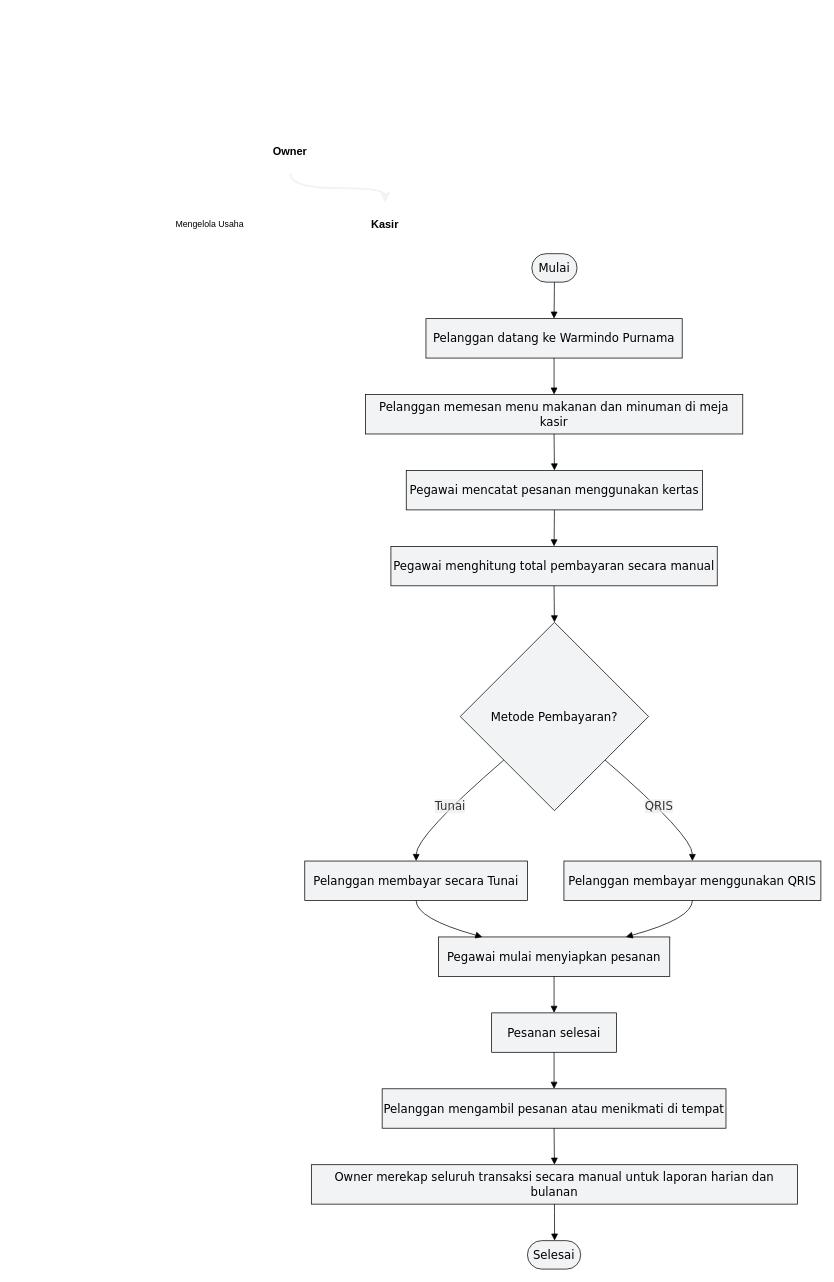
Above: page "flowchart" (3 of 3) of assets/uml/bab3.drawio in RIOKOWI/warmindo_purnama_flutter (draw.io), before the change. Source tidied: cells renumbered, new cells numbered last; positions are measured from the earlier drawing's top-left corner, leaving out a move shared by most shapes. Both pictures are drawn from the tidied source at 73%, with x=0, y=0 at pixel (12, 12).
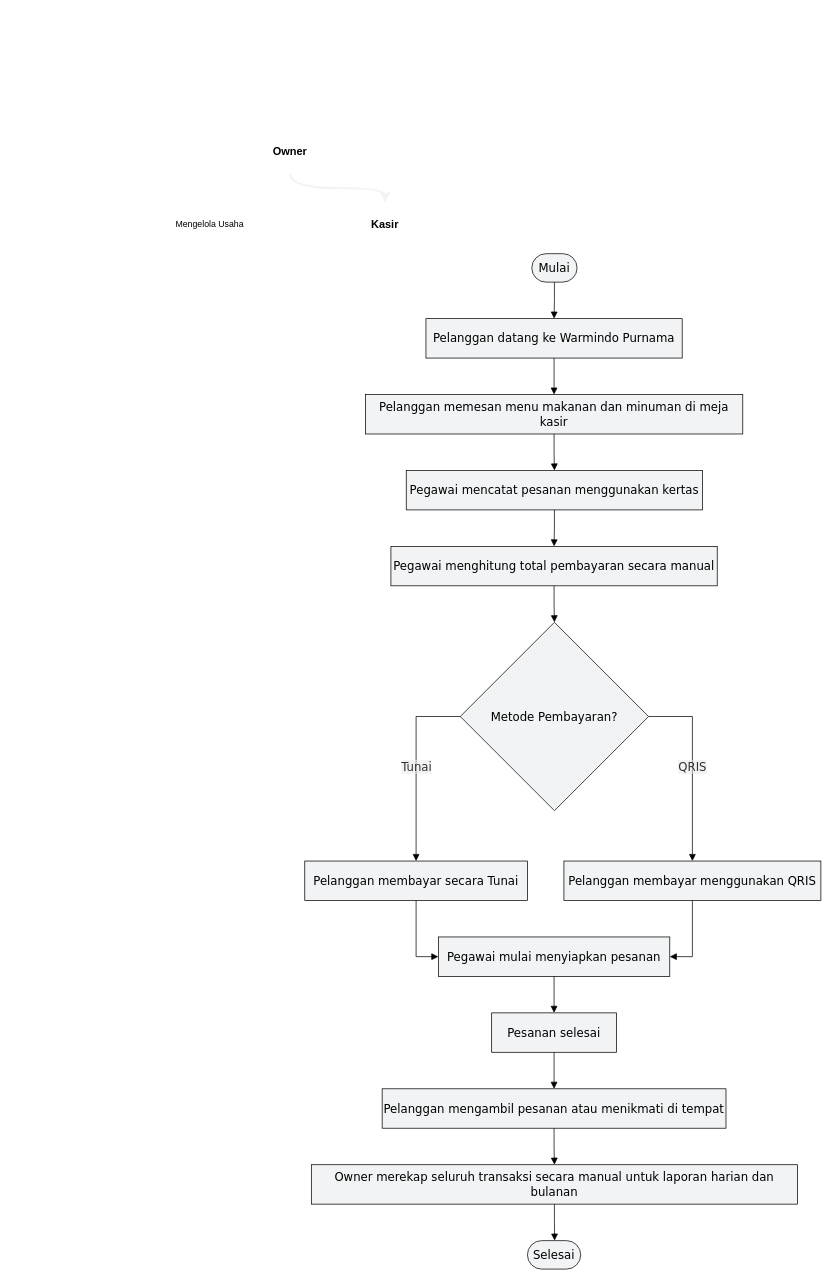
The same diagram, later.

The change refers to these unchanged cells:
```xml
<mxCell id="7" style="group;transparentBounds=1;editIcon=1;lockedGroup=0;groupPadding=20;" parent="1" vertex="1">
  <mxGeometry as="geometry" />
</mxCell>
<mxCell id="8" value="Mulai" style="html=1;rounded=1;whiteSpace=wrap;arcSize=50;strokeWidth=1;fillColor=light-dark(#F1F3F4,#F1F3F4);strokeColor=light-dark(#000000,#000000);fontColor=light-dark(#000000,#000000);fontFamily=Trebuchet MS,Verdana,Arial,sans-serif;fontSize=16;" parent="7" vertex="1">
  <mxGeometry x="711" y="330" width="62" height="39" as="geometry" />
</mxCell>
<mxCell id="9" value="Pelanggan datang ke Warmindo Purnama" style="html=1;whiteSpace=wrap;strokeWidth=1;fillColor=light-dark(#F1F3F4,#F1F3F4);strokeColor=light-dark(#000000,#000000);fontColor=light-dark(#000000,#000000);fontFamily=Trebuchet MS,Verdana,Arial,sans-serif;fontSize=16;" parent="7" vertex="1">
  <mxGeometry x="566" y="419" width="351" height="54" as="geometry" />
</mxCell>
<mxCell id="10" value="Pelanggan memesan menu makanan dan minuman di meja kasir" style="html=1;whiteSpace=wrap;strokeWidth=1;fillColor=light-dark(#F1F3F4,#F1F3F4);strokeColor=light-dark(#000000,#000000);fontColor=light-dark(#000000,#000000);fontFamily=Trebuchet MS,Verdana,Arial,sans-serif;fontSize=16;" parent="7" vertex="1">
  <mxGeometry x="483" y="523" width="517" height="54" as="geometry" />
</mxCell>
<mxCell id="11" value="Pegawai mencatat pesanan menggunakan kertas" style="html=1;whiteSpace=wrap;strokeWidth=1;fillColor=light-dark(#F1F3F4,#F1F3F4);strokeColor=light-dark(#000000,#000000);fontColor=light-dark(#000000,#000000);fontFamily=Trebuchet MS,Verdana,Arial,sans-serif;fontSize=16;" parent="7" vertex="1">
  <mxGeometry x="539" y="627" width="406" height="54" as="geometry" />
</mxCell>
<mxCell id="12" value="Pegawai menghitung total pembayaran secara manual" style="html=1;whiteSpace=wrap;strokeWidth=1;fillColor=light-dark(#F1F3F4,#F1F3F4);strokeColor=light-dark(#000000,#000000);fontColor=light-dark(#000000,#000000);fontFamily=Trebuchet MS,Verdana,Arial,sans-serif;fontSize=16;" parent="7" vertex="1">
  <mxGeometry x="518" y="731" width="447" height="54" as="geometry" />
</mxCell>
<mxCell id="13" value="Metode Pembayaran?" style="rhombus;html=1;strokeWidth=1;whiteSpace=wrap;fillColor=light-dark(#F1F3F4,#F1F3F4);strokeColor=light-dark(#000000,#000000);fontColor=light-dark(#000000,#000000);fontFamily=Trebuchet MS,Verdana,Arial,sans-serif;fontSize=16;" parent="7" vertex="1">
  <mxGeometry x="613" y="835" width="258" height="258" as="geometry" />
</mxCell>
<mxCell id="14" value="Pelanggan membayar secara Tunai" style="html=1;whiteSpace=wrap;strokeWidth=1;fillColor=light-dark(#F1F3F4,#F1F3F4);strokeColor=light-dark(#000000,#000000);fontColor=light-dark(#000000,#000000);fontFamily=Trebuchet MS,Verdana,Arial,sans-serif;fontSize=16;" parent="7" vertex="1">
  <mxGeometry x="400" y="1162" width="305" height="54" as="geometry" />
</mxCell>
<mxCell id="15" value="Pelanggan membayar menggunakan QRIS" style="html=1;whiteSpace=wrap;strokeWidth=1;fillColor=light-dark(#F1F3F4,#F1F3F4);strokeColor=light-dark(#000000,#000000);fontColor=light-dark(#000000,#000000);fontFamily=Trebuchet MS,Verdana,Arial,sans-serif;fontSize=16;" parent="7" vertex="1">
  <mxGeometry x="755" y="1162" width="352" height="54" as="geometry" />
</mxCell>
<mxCell id="16" value="Pegawai mulai menyiapkan pesanan" style="html=1;whiteSpace=wrap;strokeWidth=1;fillColor=light-dark(#F1F3F4,#F1F3F4);strokeColor=light-dark(#000000,#000000);fontColor=light-dark(#000000,#000000);fontFamily=Trebuchet MS,Verdana,Arial,sans-serif;fontSize=16;" parent="7" vertex="1">
  <mxGeometry x="583" y="1266" width="317" height="54" as="geometry" />
</mxCell>
<mxCell id="17" value="Pesanan selesai" style="html=1;whiteSpace=wrap;strokeWidth=1;fillColor=light-dark(#F1F3F4,#F1F3F4);strokeColor=light-dark(#000000,#000000);fontColor=light-dark(#000000,#000000);fontFamily=Trebuchet MS,Verdana,Arial,sans-serif;fontSize=16;" parent="7" vertex="1">
  <mxGeometry x="656" y="1370" width="171" height="54" as="geometry" />
</mxCell>
<mxCell id="18" value="Pelanggan mengambil pesanan atau menikmati di tempat" style="html=1;whiteSpace=wrap;strokeWidth=1;fillColor=light-dark(#F1F3F4,#F1F3F4);strokeColor=light-dark(#000000,#000000);fontColor=light-dark(#000000,#000000);fontFamily=Trebuchet MS,Verdana,Arial,sans-serif;fontSize=16;" parent="7" vertex="1">
  <mxGeometry x="506" y="1474" width="471" height="54" as="geometry" />
</mxCell>
<mxCell id="19" value="Owner merekap seluruh transaksi secara manual untuk laporan harian dan bulanan" style="html=1;whiteSpace=wrap;strokeWidth=1;fillColor=light-dark(#F1F3F4,#F1F3F4);strokeColor=light-dark(#000000,#000000);fontColor=light-dark(#000000,#000000);fontFamily=Trebuchet MS,Verdana,Arial,sans-serif;fontSize=16;" parent="7" vertex="1">
  <mxGeometry x="409" y="1578" width="666" height="54" as="geometry" />
</mxCell>
<mxCell id="20" value="Selesai" style="html=1;rounded=1;whiteSpace=wrap;arcSize=50;strokeWidth=1;fillColor=light-dark(#F1F3F4,#F1F3F4);strokeColor=light-dark(#000000,#000000);fontColor=light-dark(#000000,#000000);fontFamily=Trebuchet MS,Verdana,Arial,sans-serif;fontSize=16;" parent="7" vertex="1">
  <mxGeometry x="705" y="1682" width="73" height="39" as="geometry" />
</mxCell>
```

What changed in the source:
```diff
@@
-    <mxCell id="21" style="curved=1;startArrow=none;endArrow=block;endSize=7;strokeColor=light-dark(#000000,#000000);exitX=0.5;exitY=1;entryX=0.5;entryY=0;rounded=0;" parent="7" edge="1" source="8" target="9">
+    <mxCell id="21" style="startArrow=none;endArrow=block;endSize=7;strokeColor=light-dark(#000000,#000000);exitX=0.5;exitY=1;entryX=0.5;entryY=0;rounded=0;edgeStyle=orthogonalEdgeStyle;" parent="7" edge="1" source="8" target="9">
       <mxGeometry relative="1" as="geometry" />
     </mxCell>
-    <mxCell id="22" style="curved=1;startArrow=none;endArrow=block;endSize=7;strokeColor=light-dark(#000000,#000000);exitX=0.5;exitY=1;entryX=0.5;entryY=0;rounded=0;" parent="7" edge="1" source="9" target="10">
+    <mxCell id="22" style="startArrow=none;endArrow=block;endSize=7;strokeColor=light-dark(#000000,#000000);exitX=0.5;exitY=1;entryX=0.5;entryY=0;rounded=0;edgeStyle=orthogonalEdgeStyle;" parent="7" edge="1" source="9" target="10">
       <mxGeometry relative="1" as="geometry" />
     </mxCell>
-    <mxCell id="23" style="curved=1;startArrow=none;endArrow=block;endSize=7;strokeColor=light-dark(#000000,#000000);exitX=0.5;exitY=1;entryX=0.5;entryY=0;rounded=0;" parent="7" edge="1" source="10" target="11">
+    <mxCell id="23" style="startArrow=none;endArrow=block;endSize=7;strokeColor=light-dark(#000000,#000000);exitX=0.5;exitY=1;entryX=0.5;entryY=0;rounded=0;edgeStyle=orthogonalEdgeStyle;" parent="7" edge="1" source="10" target="11">
       <mxGeometry relative="1" as="geometry" />
     </mxCell>
-    <mxCell id="24" style="curved=1;startArrow=none;endArrow=block;endSize=7;strokeColor=light-dark(#000000,#000000);exitX=0.5;exitY=1;entryX=0.5;entryY=0;rounded=0;" parent="7" edge="1" source="11" target="12">
+    <mxCell id="24" style="startArrow=none;endArrow=block;endSize=7;strokeColor=light-dark(#000000,#000000);exitX=0.5;exitY=1;entryX=0.5;entryY=0;rounded=0;edgeStyle=orthogonalEdgeStyle;" parent="7" edge="1" source="11" target="12">
       <mxGeometry relative="1" as="geometry" />
     </mxCell>
-    <mxCell id="25" style="curved=1;startArrow=none;endArrow=block;endSize=7;strokeColor=light-dark(#000000,#000000);exitX=0.5;exitY=1;entryX=0.5;entryY=0;rounded=0;" parent="7" edge="1" source="12" target="13">
+    <mxCell id="25" style="startArrow=none;endArrow=block;endSize=7;strokeColor=light-dark(#000000,#000000);exitX=0.5;exitY=1;entryX=0.5;entryY=0;rounded=0;edgeStyle=orthogonalEdgeStyle;" parent="7" edge="1" source="12" target="13">
       <mxGeometry relative="1" as="geometry" />
     </mxCell>
-    <mxCell id="26" value="Tunai" style="curved=1;startArrow=none;endArrow=block;endSize=7;strokeColor=light-dark(#000000,#000000);html=1;fontSize=16;labelBackgroundColor=light-dark(#E8E8E88D,#2a2a2a8D);fontFamily=Trebuchet MS,Verdana,Arial,sans-serif;fontColor=light-dark(#333333,#cccccc);exitX=0;exitY=0.93;entryX=0.5;entryY=0;rounded=0;" parent="7" edge="1" source="13" target="14">
-      <mxGeometry relative="1" as="geometry">
-        <Array as="points">
-          <mxPoint x="553" y="1127" />
-        </Array>
-      </mxGeometry>
+    <mxCell id="26" value="Tunai" style="startArrow=none;endArrow=block;endSize=7;strokeColor=light-dark(#000000,#000000);html=1;fontSize=16;labelBackgroundColor=light-dark(#E8E8E88D,#2a2a2a8D);fontFamily=Trebuchet MS,Verdana,Arial,sans-serif;fontColor=light-dark(#333333,#cccccc);entryX=0.5;entryY=0;rounded=0;edgeStyle=orthogonalEdgeStyle;exitX=0;exitY=0.5;exitDx=0;exitDy=0;" parent="7" edge="1" source="13" target="14">
+      <mxGeometry relative="1" as="geometry" />
     </mxCell>
-    <mxCell id="27" value="QRIS" style="curved=1;startArrow=none;endArrow=block;endSize=7;strokeColor=light-dark(#000000,#000000);html=1;fontSize=16;labelBackgroundColor=light-dark(#E8E8E88D,#2a2a2a8D);fontFamily=Trebuchet MS,Verdana,Arial,sans-serif;fontColor=light-dark(#333333,#cccccc);exitX=1;exitY=0.93;entryX=0.5;entryY=0;rounded=0;" parent="7" edge="1" source="13" target="15">
-      <mxGeometry relative="1" as="geometry">
-        <Array as="points">
-          <mxPoint x="931" y="1127" />
-        </Array>
-      </mxGeometry>
+    <mxCell id="27" value="QRIS" style="startArrow=none;endArrow=block;endSize=7;strokeColor=light-dark(#000000,#000000);html=1;fontSize=16;labelBackgroundColor=light-dark(#E8E8E88D,#2a2a2a8D);fontFamily=Trebuchet MS,Verdana,Arial,sans-serif;fontColor=light-dark(#333333,#cccccc);exitX=1;exitY=0.5;entryX=0.5;entryY=0;rounded=0;edgeStyle=orthogonalEdgeStyle;exitDx=0;exitDy=0;" parent="7" edge="1" source="13" target="15">
+      <mxGeometry relative="1" as="geometry" />
     </mxCell>
-    <mxCell id="28" style="curved=1;startArrow=none;endArrow=block;endSize=7;strokeColor=light-dark(#000000,#000000);exitX=0.5;exitY=1;entryX=0.19;entryY=0;rounded=0;" parent="7" edge="1" source="14" target="16">
-      <mxGeometry relative="1" as="geometry">
-        <Array as="points">
-          <mxPoint x="553" y="1241" />
-        </Array>
-      </mxGeometry>
+    <mxCell id="28" style="startArrow=none;endArrow=block;endSize=7;strokeColor=light-dark(#000000,#000000);exitX=0.5;exitY=1;entryX=0;entryY=0.5;rounded=0;edgeStyle=orthogonalEdgeStyle;entryDx=0;entryDy=0;" parent="7" edge="1" source="14" target="16">
+      <mxGeometry relative="1" as="geometry" />
     </mxCell>
-    <mxCell id="29" style="curved=1;startArrow=none;endArrow=block;endSize=7;strokeColor=light-dark(#000000,#000000);exitX=0.5;exitY=1;entryX=0.81;entryY=0;rounded=0;" parent="7" edge="1" source="15" target="16">
-      <mxGeometry relative="1" as="geometry">
-        <Array as="points">
-          <mxPoint x="931" y="1241" />
-        </Array>
-      </mxGeometry>
+    <mxCell id="29" style="startArrow=none;endArrow=block;endSize=7;strokeColor=light-dark(#000000,#000000);exitX=0.5;exitY=1;entryX=1;entryY=0.5;rounded=0;edgeStyle=orthogonalEdgeStyle;entryDx=0;entryDy=0;" parent="7" edge="1" source="15" target="16">
+      <mxGeometry relative="1" as="geometry" />
     </mxCell>
-    <mxCell id="30" style="curved=1;startArrow=none;endArrow=block;endSize=7;strokeColor=light-dark(#000000,#000000);exitX=0.5;exitY=1;entryX=0.5;entryY=0;rounded=0;" parent="7" edge="1" source="16" target="17">
+    <mxCell id="30" style="startArrow=none;endArrow=block;endSize=7;strokeColor=light-dark(#000000,#000000);exitX=0.5;exitY=1;entryX=0.5;entryY=0;rounded=0;edgeStyle=orthogonalEdgeStyle;" parent="7" edge="1" source="16" target="17">
       <mxGeometry relative="1" as="geometry" />
     </mxCell>
-    <mxCell id="31" style="curved=1;startArrow=none;endArrow=block;endSize=7;strokeColor=light-dark(#000000,#000000);exitX=0.5;exitY=1;entryX=0.5;entryY=0;rounded=0;" parent="7" edge="1" source="17" target="18">
+    <mxCell id="31" style="startArrow=none;endArrow=block;endSize=7;strokeColor=light-dark(#000000,#000000);exitX=0.5;exitY=1;entryX=0.5;entryY=0;rounded=0;edgeStyle=orthogonalEdgeStyle;" parent="7" edge="1" source="17" target="18">
       <mxGeometry relative="1" as="geometry" />
     </mxCell>
-    <mxCell id="32" style="curved=1;startArrow=none;endArrow=block;endSize=7;strokeColor=light-dark(#000000,#000000);exitX=0.5;exitY=1;entryX=0.5;entryY=0;rounded=0;" parent="7" edge="1" source="18" target="19">
+    <mxCell id="32" style="startArrow=none;endArrow=block;endSize=7;strokeColor=light-dark(#000000,#000000);exitX=0.5;exitY=1;entryX=0.5;entryY=0;rounded=0;edgeStyle=orthogonalEdgeStyle;" parent="7" edge="1" source="18" target="19">
       <mxGeometry relative="1" as="geometry" />
     </mxCell>
-    <mxCell id="33" style="curved=1;startArrow=none;endArrow=block;endSize=7;strokeColor=light-dark(#000000,#000000);exitX=0.5;exitY=1;entryX=0.51;entryY=0;rounded=0;" parent="7" edge="1" source="19" target="20">
+    <mxCell id="33" style="startArrow=none;endArrow=block;endSize=7;strokeColor=light-dark(#000000,#000000);exitX=0.5;exitY=1;entryX=0.51;entryY=0;rounded=0;edgeStyle=orthogonalEdgeStyle;" parent="7" edge="1" source="19" target="20">
       <mxGeometry relative="1" as="geometry" />
     </mxCell>
```
